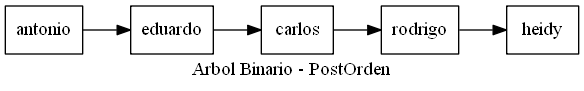
Earlier version of the Graphviz export Reportes/ArbolPostorden.png (hr9457/EDD_1S2020_PY1_201314296). Its source is kept beside it as ArchivosDot/ArbolPostorden.dot. Its diagram source:
```dot
digraph arbolPostorden {
node [shape=record];
rankdir=LR;
nodo0[label="antonio"];
nodo1[label="eduardo"];
nodo2[label="carlos"];
nodo3[label="rodrigo"];
nodo4[label="heidy"];
nodo0->nodo1->nodo2->nodo3->nodo4;
label = " Arbol Binario - PostOrden "
}
```
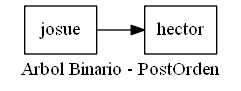
Above is the later version.

Change to the diagram source:
```diff
@@ -1,11 +1,8 @@
 digraph arbolPostorden {
 node [shape=record];
 rankdir=LR;
-nodo0[label="antonio"];
-nodo1[label="eduardo"];
-nodo2[label="carlos"];
-nodo3[label="rodrigo"];
-nodo4[label="heidy"];
-nodo0->nodo1->nodo2->nodo3->nodo4;
+nodo0[label="josue"];
+nodo1[label="hector"];
+nodo0->nodo1;
 label = " Arbol Binario - PostOrden "
 }
```
